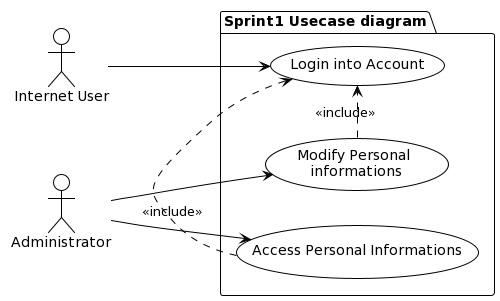
Above: Figures/Figure17.png in softsurgery/PFE (PlantUML), before the change.
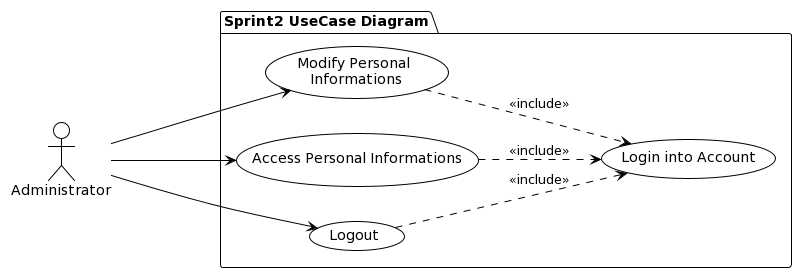
The same diagram one commit later.

What changed in the source:
```diff
@@ -2,23 +2,20 @@
 !theme plain
 left to right direction
 
-:Internet User: as i
 :Administrator: as a
 
-
-
-package "Sprint1 Usecase diagram" {
-
-(Modify Personal\n informations) as modify
+package "Sprint2 UseCase Diagram" {
+(Modify Personal\n Informations) as modify
 (Login into Account) as login
 (Access Personal Informations) as access
-
+(Logout) as logout
 }
 
-i --> login
-a --> modify
-a--> access
+a ---> modify
+a ---> access
+a ---> logout
 
-modify .> login : <<include>>
-access .> login : <<include>>
+modify ..> login : <<include>>
+access ..> login : <<include>>
+logout ..> login : <<include>>
 @enduml
```
